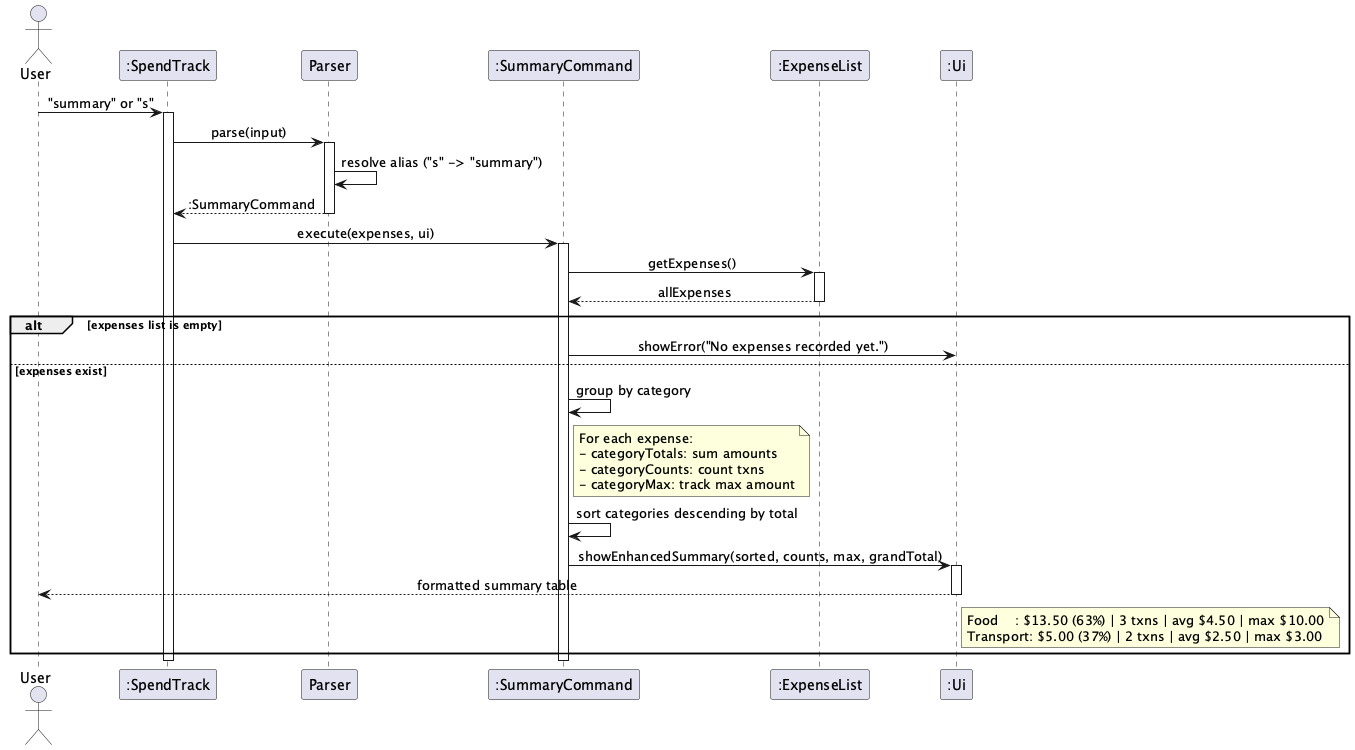
Before: docs/images/SummaryCommandSequence.png, a diagram exported from PlantUML (AbhijitBalajee/tp).
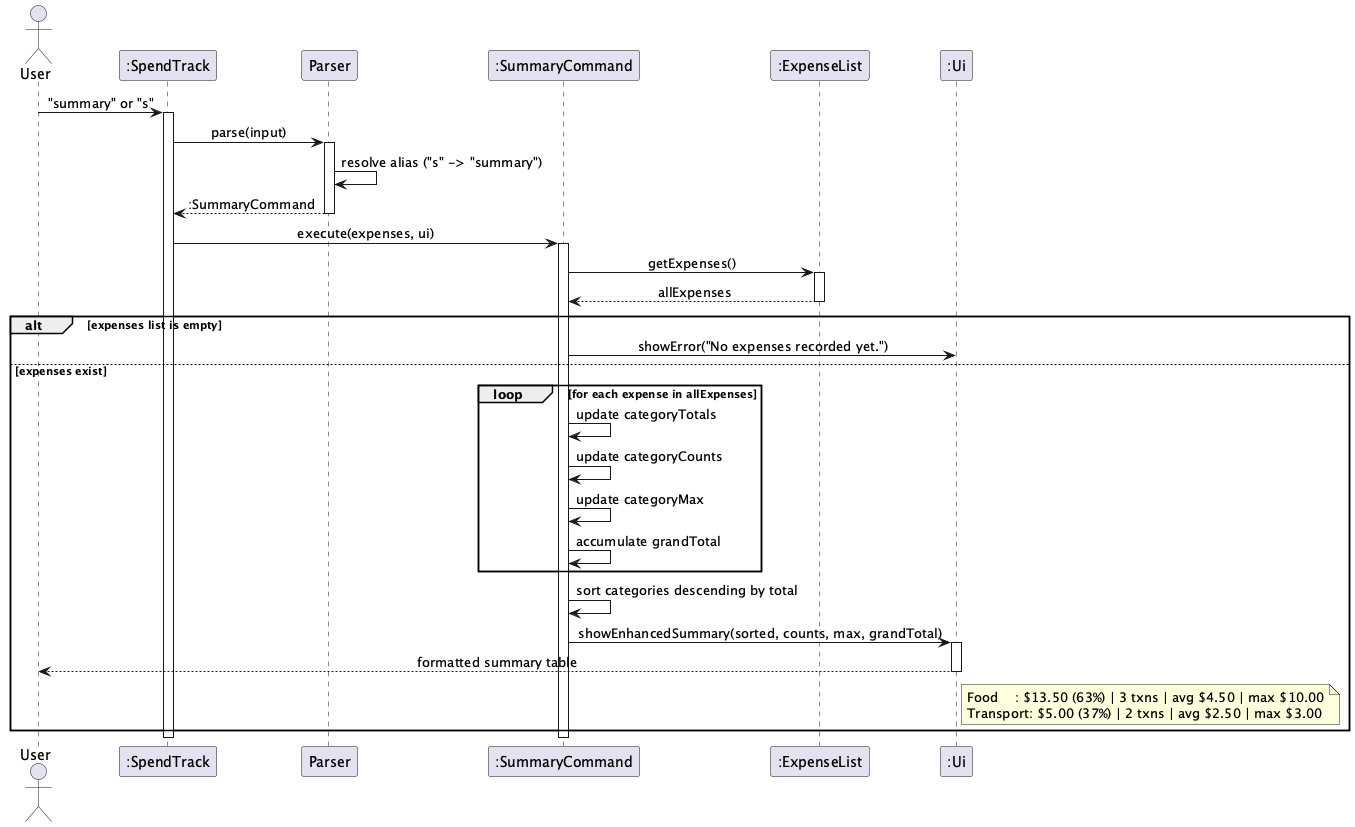
Later version of the same file.

What changed in the source:
```diff
@@ -30,13 +30,12 @@
 alt expenses list is empty
     SC -> UI : showError("No expenses recorded yet.")
 else expenses exist
-    SC -> SC : group by category
-    note right of SC
-      For each expense:
-      - categoryTotals: sum amounts
-      - categoryCounts: count txns
-      - categoryMax: track max amount
-    end note
+    loop for each expense in allExpenses
+        SC -> SC : update categoryTotals
+        SC -> SC : update categoryCounts
+        SC -> SC : update categoryMax
+        SC -> SC : accumulate grandTotal
+    end
     SC -> SC : sort categories descending by total
     SC -> UI : showEnhancedSummary(sorted, counts, max, grandTotal)
     activate UI
```
